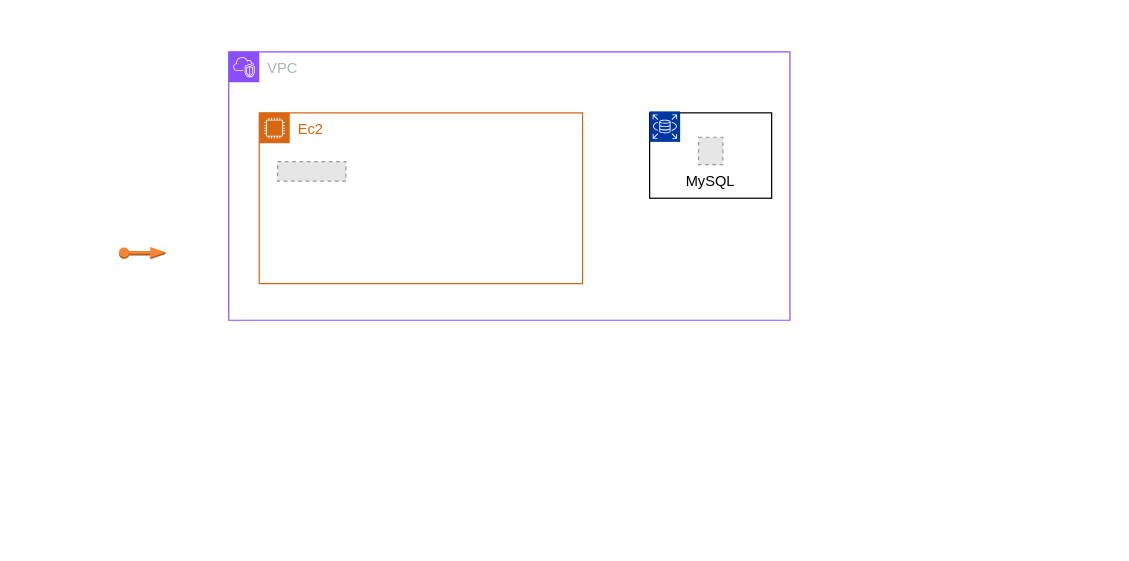
Before: 제목 없는 다이어그램.drawio in ssm00/f1PipeLine, a draw.io diagram. Source tidied: cells renumbered, new cells numbered last; positions are measured from the earlier drawing's top-left corner, leaving out a move shared by most shapes. Both pictures are drawn from the tidied source at 122%, with x=0, y=0 at pixel (118, 51). Pictures stored in the file or linked from it are replaced by grey dashed boxes.
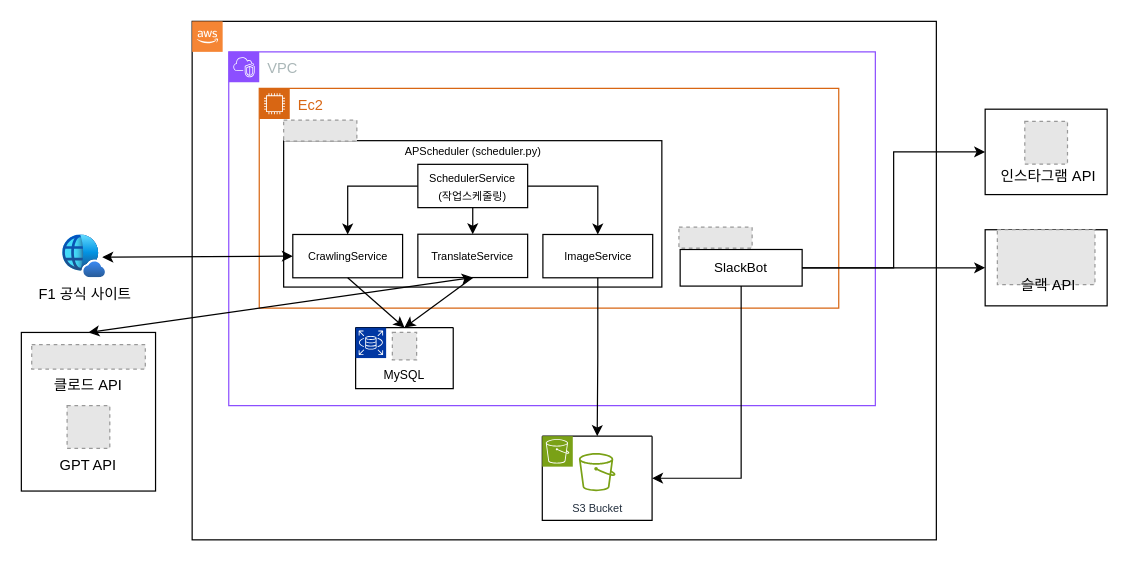
After the change.

Commit message:
제목 없는 다이어그램.drawio 업데이트

The edit, as a diff of the source:
```diff
@@
+    <mxCell id="9" style="rounded=0;whiteSpace=wrap;html=1;fillColor=none;" parent="1" vertex="1">
+      <mxGeometry x="60" y="-25" width="610" height="425" as="geometry" />
+    </mxCell>
     <mxCell id="2" value="VPC" style="gradientColor=none;html=1;whiteSpace=wrap;fontSize=12;fontStyle=0;shape=mxgraph.aws4.group;grIcon=mxgraph.aws4.group_vpc2;strokeColor=#8C4FFF;fillColor=none;verticalAlign=top;align=left;spacingLeft=30;fontColor=#AAB7B8;dashed=0;" parent="1" vertex="1">
-      <mxGeometry x="90" width="460" height="220" as="geometry" />
+      <mxGeometry x="90" width="530" height="290" as="geometry" />
     </mxCell>
     <mxCell id="3" value="Ec2" style="gradientColor=none;html=1;whiteSpace=wrap;fontSize=12;fontStyle=0;shape=mxgraph.aws4.group;grIcon=mxgraph.aws4.group_ec2_instance_contents;strokeColor=#D86613;fillColor=none;verticalAlign=top;align=left;spacingLeft=30;fontColor=#D86613;dashed=0;" parent="2" vertex="1">
-      <mxGeometry x="25" y="50" width="265" height="140" as="geometry" />
+      <mxGeometry x="25" y="30" width="475" height="180" as="geometry" />
     </mxCell>
+    <mxCell id="10" style="group;" parent="3" vertex="1">
+      <mxGeometry x="20" y="30" width="358.4" height="140" as="geometry" />
+    </mxCell>
+    <mxCell id="11" style="rounded=0;whiteSpace=wrap;html=1;" parent="10" vertex="1">
+      <mxGeometry y="12.8" width="310" height="120" as="geometry" />
+    </mxCell>
-    <mxCell id="4" style="fillColor=#E6E6E6;strokeColor=#999999;dashed=1;verticalLabelPosition=bottom;labelBackgroundColor=#ffffff;verticalAlign=top;" parent="3" vertex="1">
-      <mxGeometry x="15" y="40" width="56" height="16" as="geometry" />
+    <mxCell id="4" style="fillColor=#E6E6E6;strokeColor=#999999;dashed=1;verticalLabelPosition=bottom;labelBackgroundColor=#ffffff;verticalAlign=top;" parent="10" vertex="1">
+      <mxGeometry y="-4" width="60" height="17.1" as="geometry" />
     </mxCell>
-    <mxCell id="5" style="rounded=0;whiteSpace=wrap;html=1;" parent="2" vertex="1">
-      <mxGeometry x="345" y="50" width="100" height="70" as="geometry" />
-    </mxCell>
+    <mxCell id="12" value="&lt;span style=&quot;font-size: 9px;&quot;&gt;CrawlingService&lt;/span&gt;" style="rounded=0;whiteSpace=wrap;html=1;" parent="10" vertex="1">
+      <mxGeometry x="7.5" y="89.7" width="90" height="35.5" as="geometry" />
+    </mxCell>
+    <mxCell id="13" value="&lt;span style=&quot;font-size: 9px;&quot;&gt;TranslateService&lt;/span&gt;" style="rounded=0;whiteSpace=wrap;html=1;" parent="10" vertex="1">
+      <mxGeometry x="110" y="89.5" width="90" height="35.5" as="geometry" />
+    </mxCell>
+    <mxCell id="14" style="edgeStyle=orthogonalEdgeStyle;rounded=0;jettySize=auto;html=1;" parent="10" edge="1" source="17" target="12">
+      <mxGeometry relative="1" as="geometry" />
+    </mxCell>
+    <mxCell id="15" style="edgeStyle=orthogonalEdgeStyle;rounded=0;jettySize=auto;html=1;" parent="10" edge="1" source="17" target="18">
+      <mxGeometry relative="1" as="geometry" />
+    </mxCell>
+    <mxCell id="16" style="edgeStyle=orthogonalEdgeStyle;rounded=0;jettySize=auto;html=1;" parent="10" edge="1" source="17" target="13">
+      <mxGeometry relative="1" as="geometry" />
+    </mxCell>
+    <mxCell id="17" value="&lt;font style=&quot;font-size: 9px;&quot;&gt;SchedulerService&lt;br&gt;(작업스케줄링)&lt;/font&gt;" style="rounded=0;whiteSpace=wrap;html=1;" parent="10" vertex="1">
+      <mxGeometry x="110" y="32.2" width="90" height="35.5" as="geometry" />
+    </mxCell>
+    <mxCell id="18" value="&lt;font style=&quot;font-size: 9px; line-height: 70%;&quot;&gt;ImageService&lt;/font&gt;" style="rounded=0;whiteSpace=wrap;html=1;align=center;" parent="10" vertex="1">
+      <mxGeometry x="212.5" y="89.7" width="90" height="35.5" as="geometry" />
+    </mxCell>
+    <mxCell id="19" value="&lt;font style=&quot;font-size: 9px;&quot;&gt;APScheduler (scheduler.py)&lt;/font&gt;" style="text;strokeColor=none;align=center;fillColor=none;html=1;verticalAlign=middle;whiteSpace=wrap;rounded=0;" parent="10" vertex="1">
+      <mxGeometry x="97.5" y="3.5" width="115" height="35.5" as="geometry" />
+    </mxCell>
+    <mxCell id="20" style="fillColor=#E6E6E6;strokeColor=#999999;dashed=1;verticalLabelPosition=bottom;labelBackgroundColor=#ffffff;verticalAlign=top;" parent="10" vertex="1">
+      <mxGeometry x="324" y="83.7" width="60" height="17.1" as="geometry" />
+    </mxCell>
+    <mxCell id="21" value="&lt;font style=&quot;font-size: 11px;&quot;&gt;SlackBot&lt;/font&gt;" style="rounded=0;whiteSpace=wrap;html=1;" parent="3" vertex="1">
+      <mxGeometry x="345" y="132" width="100" height="30" as="geometry" />
+    </mxCell>
+    <mxCell id="22" style="swimlane;startSize=0;fontSize=10;" parent="2" vertex="1">
+      <mxGeometry x="104" y="226" width="80" height="50" as="geometry" />
+    </mxCell>
-    <mxCell id="6" style="sketch=0;fontColor=#232F3E;fillColor=#0137A3;strokeColor=#ffffff;dashed=0;verticalLabelPosition=bottom;verticalAlign=top;align=center;html=1;fontSize=12;fontStyle=0;shape=mxgraph.aws4.resourceIcon;resIcon=mxgraph.aws4.rds;" parent="2" vertex="1">
-      <mxGeometry x="345" y="48.8" width="25" height="25" as="geometry" />
+    <mxCell id="6" style="sketch=0;fontColor=#232F3E;fillColor=#0137A3;strokeColor=#ffffff;dashed=0;verticalLabelPosition=bottom;verticalAlign=top;align=center;html=1;fontSize=12;fontStyle=0;shape=mxgraph.aws4.resourceIcon;resIcon=mxgraph.aws4.rds;" parent="22" vertex="1">
+      <mxGeometry width="25" height="25" as="geometry" />
     </mxCell>
-    <mxCell id="7" value="MySQL" style="fillColor=#E6E6E6;strokeColor=#999999;dashed=1;verticalLabelPosition=bottom;labelBackgroundColor=#ffffff;verticalAlign=top;" parent="2" vertex="1">
-      <mxGeometry x="385.1" y="70" width="19.9" height="22.5" as="geometry" />
+    <mxCell id="7" value="MySQL" style="fillColor=#E6E6E6;strokeColor=#999999;dashed=1;verticalLabelPosition=bottom;labelBackgroundColor=#ffffff;verticalAlign=top;fontSize=10;" parent="22" vertex="1">
+      <mxGeometry x="30.1" y="4" width="19.9" height="22.5" as="geometry" />
     </mxCell>
-    <mxCell id="8" style="dashed=0;verticalLabelPosition=bottom;verticalAlign=top;align=center;html=1;shape=mxgraph.aws3.elastic_ip;fillColor=#F58534;gradientColor=none;" parent="1" vertex="1">
-      <mxGeometry y="160" width="38.2" height="10" as="geometry" />
-    </mxCell>
+    <mxCell id="23" style="endArrow=classic;html=1;rounded=0;exitX=0.5;exitY=1;exitDx=0;exitDy=0;entryX=0.5;entryY=0;entryDx=0;entryDy=0;" parent="2" edge="1" source="12" target="22">
+      <mxGeometry relative="1" as="geometry" />
+    </mxCell>
+    <mxCell id="24" style="endArrow=classic;html=1;rounded=0;exitX=0.5;exitY=1;exitDx=0;exitDy=0;entryX=0.5;entryY=0;entryDx=0;entryDy=0;" parent="2" edge="1" source="13" target="22">
+      <mxGeometry relative="1" as="geometry" />
+    </mxCell>
+    <mxCell id="25" style="dashed=0;verticalLabelPosition=bottom;verticalAlign=top;align=center;html=1;shape=mxgraph.aws3.cloud_2;fillColor=#F58534;gradientColor=none;" parent="1" vertex="1">
+      <mxGeometry x="60" y="-25" width="25" height="25" as="geometry" />
+    </mxCell>
+    <mxCell id="26" style="swimlane;startSize=0;" parent="1" vertex="1">
+      <mxGeometry x="347" y="315" width="90" height="69" as="geometry" />
+    </mxCell>
+    <mxCell id="27" style="sketch=0;fontColor=#232F3E;fillColor=#7AA116;strokeColor=#ffffff;dashed=0;verticalLabelPosition=bottom;verticalAlign=top;align=center;html=1;fontSize=12;fontStyle=0;shape=mxgraph.aws4.resourceIcon;resIcon=mxgraph.aws4.s3;" parent="26" vertex="1">
+      <mxGeometry width="25" height="25" as="geometry" />
+    </mxCell>
+    <mxCell id="28" value="&lt;font style=&quot;font-size: 9px; line-height: 50%;&quot;&gt;S3 Bucket&lt;/font&gt;" style="sketch=0;fontColor=#232F3E;gradientColor=none;fillColor=#7AA116;strokeColor=none;dashed=0;verticalLabelPosition=bottom;verticalAlign=top;align=center;html=1;fontSize=12;fontStyle=0;shape=mxgraph.aws4.bucket;" parent="26" vertex="1">
+      <mxGeometry x="30" y="13.9" width="30" height="31.2" as="geometry" />
+    </mxCell>
+    <mxCell id="29" value="F1 공식 사이트" style="image;html=1;points=[];align=center;fontSize=12;image=img/lib/azure2/identity/Entra_Internet_Access.svg;" parent="1" vertex="1">
+      <mxGeometry x="-46" y="150.2" width="35" height="35" as="geometry" />
+    </mxCell>
+    <mxCell id="30" style="endArrow=classic;startArrow=classic;html=1;rounded=0;exitX=0.924;exitY=0.517;exitDx=0;exitDy=0;exitPerimeter=0;entryX=0;entryY=0.5;entryDx=0;entryDy=0;" parent="1" edge="1" source="29" target="12">
+      <mxGeometry relative="1" as="geometry" />
+    </mxCell>
+    <mxCell id="31" style="edgeStyle=orthogonalEdgeStyle;rounded=0;jettySize=auto;html=1;" parent="1" edge="1" source="18" target="26">
+      <mxGeometry relative="1" as="geometry" />
+    </mxCell>
+    <mxCell id="32" style="edgeStyle=orthogonalEdgeStyle;rounded=0;jettySize=auto;html=1;entryX=1;entryY=0.5;entryDx=0;entryDy=0;exitX=0.5;exitY=1;exitDx=0;exitDy=0;" parent="1" edge="1" source="21" target="26">
+      <mxGeometry relative="1" as="geometry" />
+    </mxCell>
+    <mxCell id="33" style="group;" parent="1" vertex="1">
+      <mxGeometry x="-80" y="230" width="110" height="130" as="geometry" />
+    </mxCell>
+    <mxCell id="34" style="rounded=0;whiteSpace=wrap;html=1;fillColor=none;" parent="33" vertex="1">
+      <mxGeometry width="110" height="130" as="geometry" />
+    </mxCell>
+    <mxCell id="35" value="GPT API" style="fillColor=#E6E6E6;strokeColor=#999999;dashed=1;verticalLabelPosition=bottom;labelBackgroundColor=default;verticalAlign=top;" parent="33" vertex="1">
+      <mxGeometry x="37.5" y="60" width="35" height="35" as="geometry" />
+    </mxCell>
+    <mxCell id="36" value="클로드 API" style="fillColor=#E6E6E6;strokeColor=#999999;dashed=1;verticalLabelPosition=bottom;labelBackgroundColor=default;verticalAlign=top;" parent="33" vertex="1">
+      <mxGeometry x="8.5" y="10" width="93.1" height="20" as="geometry" />
+    </mxCell>
+    <mxCell id="37" style="endArrow=classic;startArrow=classic;html=1;rounded=0;exitX=0.5;exitY=0;exitDx=0;exitDy=0;entryX=0.5;entryY=1;entryDx=0;entryDy=0;" parent="1" edge="1" source="34" target="13">
+      <mxGeometry relative="1" as="geometry" />
+    </mxCell>
+    <mxCell id="38" style="edgeStyle=orthogonalEdgeStyle;rounded=0;jettySize=auto;html=1;exitX=1;exitY=0.5;exitDx=0;exitDy=0;" parent="1" edge="1" source="21" target="40">
+      <mxGeometry relative="1" as="geometry" />
+    </mxCell>
+    <mxCell id="39" style="group;" parent="1" vertex="1">
+      <mxGeometry x="710" y="145.8" width="100" height="62.4" as="geometry" />
+    </mxCell>
+    <mxCell id="40" style="rounded=0;whiteSpace=wrap;html=1;fillColor=none;" parent="39" vertex="1">
+      <mxGeometry width="100" height="62.4" as="geometry" />
+    </mxCell>
+    <mxCell id="41" style="fillColor=#E6E6E6;strokeColor=#999999;dashed=1;verticalLabelPosition=bottom;labelBackgroundColor=default;verticalAlign=top;" parent="39" vertex="1">
+      <mxGeometry x="10" width="80" height="45" as="geometry" />
+    </mxCell>
+    <mxCell id="42" value="슬랙 API" style="text;strokeColor=none;align=center;fillColor=none;html=1;verticalAlign=middle;whiteSpace=wrap;rounded=0;" parent="39" vertex="1">
+      <mxGeometry x="22" y="31.4" width="60" height="30" as="geometry" />
+    </mxCell>
+    <mxCell id="43" style="group;" parent="1" vertex="1">
+      <mxGeometry x="710" y="47" width="100" height="70" as="geometry" />
+    </mxCell>
+    <mxCell id="44" style="rounded=0;whiteSpace=wrap;html=1;fillColor=none;" parent="43" vertex="1">
+      <mxGeometry width="100" height="70" as="geometry" />
+    </mxCell>
+    <mxCell id="45" style="fillColor=#E6E6E6;strokeColor=#999999;dashed=1;verticalLabelPosition=bottom;labelBackgroundColor=default;verticalAlign=top;" parent="43" vertex="1">
+      <mxGeometry x="32.5" y="10" width="35" height="35" as="geometry" />
+    </mxCell>
+    <mxCell id="46" value="인스타그램 API" style="text;strokeColor=none;align=center;fillColor=none;html=1;verticalAlign=middle;whiteSpace=wrap;rounded=0;" parent="43" vertex="1">
+      <mxGeometry x="7" y="40" width="90" height="30" as="geometry" />
+    </mxCell>
+    <mxCell id="47" style="edgeStyle=orthogonalEdgeStyle;rounded=0;jettySize=auto;html=1;entryX=0;entryY=0.5;entryDx=0;entryDy=0;" parent="1" edge="1" source="21" target="44">
+      <mxGeometry relative="1" as="geometry" />
+    </mxCell>
```
